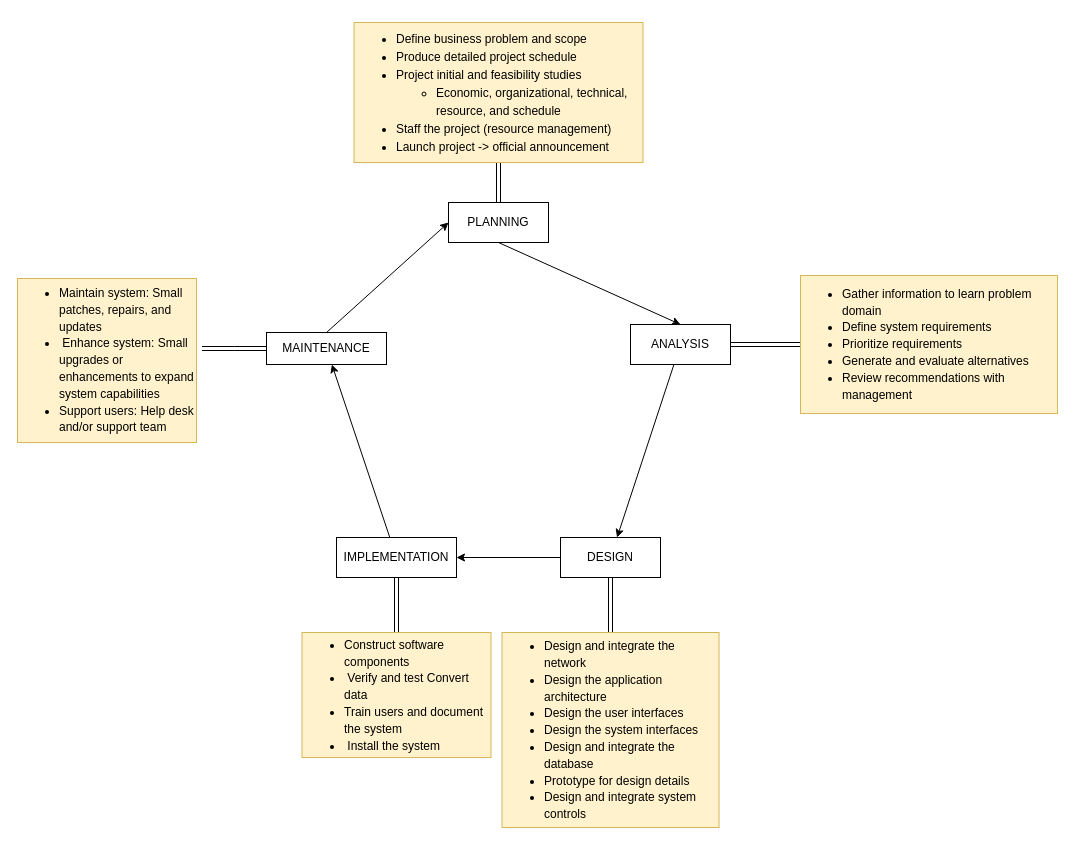
541xxx/APU-Assignment keeps this draw.io diagram as SYDM/Untitled Diagram.drawio. Above is the earlier version. Source tidied: cells renumbered, new cells numbered last; positions are measured from the earlier drawing's top-left corner, leaving out a move shared by most shapes. Both pictures are drawn from the tidied source at 100%, with x=0, y=0 at pixel (17, 22).
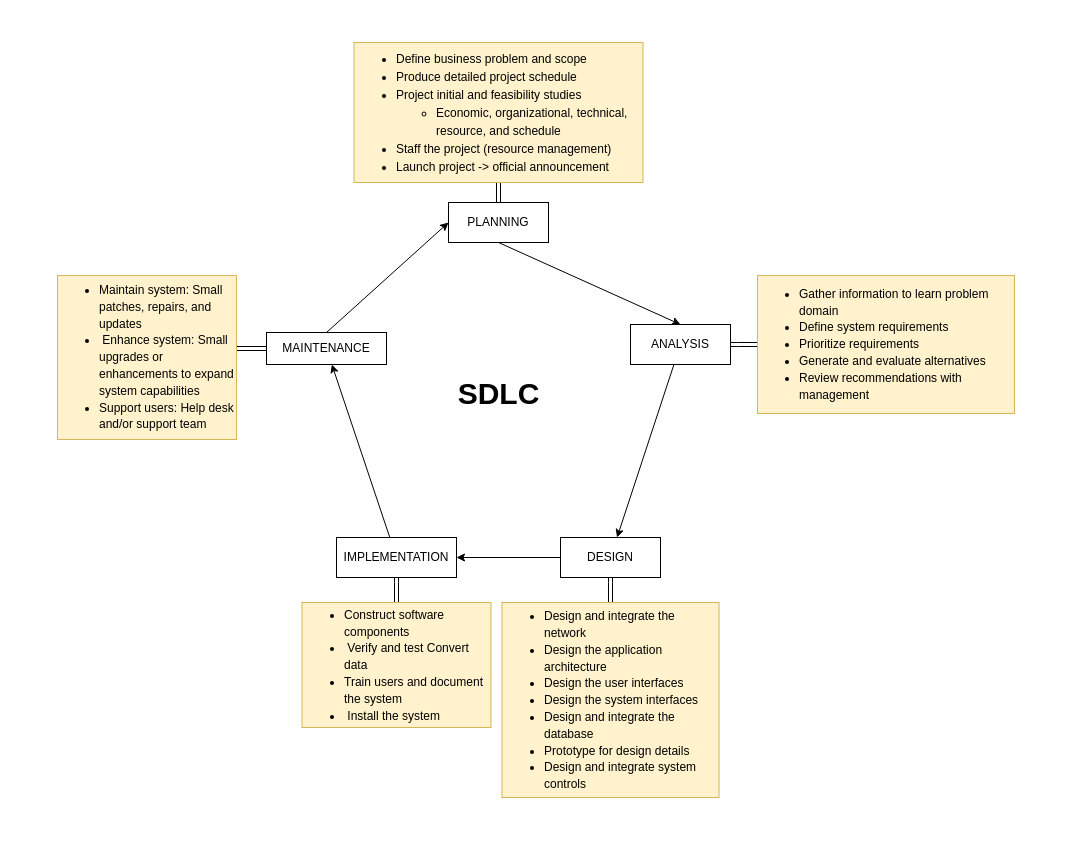
After the change.

What changed in the source:
```diff
@@
     <mxCell id="17" value="&lt;ul style=&quot;line-height: 140%;&quot;&gt;&lt;li&gt;Maintain system: Small patches, repairs, and updates&lt;br&gt;&lt;/li&gt;&lt;li&gt;&amp;nbsp;Enhance system: Small upgrades or enhancements to expand system capabilities&lt;br&gt;&lt;/li&gt;&lt;li&gt;Support users: Help desk and/or support team&lt;br&gt;&lt;/li&gt;&lt;/ul&gt;" style="whiteSpace=wrap;html=1;align=left;fillColor=#fff2cc;strokeColor=#d6b656;" parent="1" vertex="1">
-      <mxGeometry y="256" width="179" height="164" as="geometry" />
+      <mxGeometry x="40" y="253" width="179" height="164" as="geometry" />
     </mxCell>
     <mxCell id="18" value="&lt;ul style=&quot;line-height: 140%;&quot;&gt;&lt;li&gt;Construct software components&lt;/li&gt;&lt;li&gt;&amp;nbsp;Verify and test Convert data&lt;/li&gt;&lt;li&gt;Train users and document the system&lt;/li&gt;&lt;li&gt;&amp;nbsp;Install the system&lt;/li&gt;&lt;/ul&gt;" style="whiteSpace=wrap;html=1;align=left;fillColor=#fff2cc;strokeColor=#d6b656;" parent="1" vertex="1">
-      <mxGeometry x="284.5" y="610" width="189" height="125" as="geometry" />
+      <mxGeometry x="284.5" y="580" width="189" height="125" as="geometry" />
     </mxCell>
     <mxCell id="19" value="&lt;ul style=&quot;line-height: 140%;&quot;&gt;&lt;li&gt;Design and integrate the network&lt;/li&gt;&lt;li&gt;Design the application architecture&lt;/li&gt;&lt;li&gt;Design the user interfaces&lt;/li&gt;&lt;li&gt;Design the system interfaces&lt;/li&gt;&lt;li&gt;Design and integrate the database&lt;/li&gt;&lt;li&gt;Prototype for design details&lt;/li&gt;&lt;li&gt;Design and integrate system controls&lt;/li&gt;&lt;/ul&gt;" style="whiteSpace=wrap;html=1;align=left;fillColor=#fff2cc;strokeColor=#d6b656;" parent="1" vertex="1">
-      <mxGeometry x="484.5" y="610" width="217" height="195" as="geometry" />
+      <mxGeometry x="484.5" y="580" width="217" height="195" as="geometry" />
     </mxCell>
     <mxCell id="20" value="&lt;ul style=&quot;line-height: 140%;&quot;&gt;&lt;li&gt;Gather information to learn problem domain&lt;/li&gt;&lt;li&gt;Define system requirements&lt;/li&gt;&lt;li&gt;Prioritize requirements&lt;/li&gt;&lt;li&gt;Generate and evaluate alternatives&lt;/li&gt;&lt;li&gt;Review recommendations with management&lt;/li&gt;&lt;/ul&gt;" style="whiteSpace=wrap;html=1;align=left;fillColor=#fff2cc;strokeColor=#d6b656;" parent="1" vertex="1">
-      <mxGeometry x="783" y="253" width="257" height="138" as="geometry" />
+      <mxGeometry x="740" y="253" width="257" height="138" as="geometry" />
     </mxCell>
     <mxCell id="21" value="&lt;ul style=&quot;line-height: 150%;&quot;&gt;&lt;li&gt;Define business problem and scope&lt;br&gt;&lt;/li&gt;&lt;li&gt;Produce detailed project schedule&lt;br&gt;&lt;/li&gt;&lt;li&gt;Project initial and feasibility studies&lt;br&gt;&lt;/li&gt;&lt;ul&gt;&lt;li&gt;Economic, organizational, technical, resource, and schedule&lt;br&gt;&lt;/li&gt;&lt;/ul&gt;&lt;li&gt;Staff the project (resource management)&lt;br&gt;&lt;/li&gt;&lt;li&gt;Launch project -&amp;gt; official announcement&lt;/li&gt;&lt;/ul&gt;" style="whiteSpace=wrap;html=1;align=left;fillColor=#fff2cc;strokeColor=#d6b656;" parent="1" vertex="1">
-      <mxGeometry x="336.5" width="289" height="140" as="geometry" />
+      <mxGeometry x="336.5" y="20" width="289" height="140" as="geometry" />
     </mxCell>
+    <mxCell id="22" value="&lt;font style=&quot;font-size: 30px;&quot; color=&quot;#000000&quot;&gt;SDLC&lt;/font&gt;" style="text;html=1;align=center;verticalAlign=middle;strokeColor=none;fillColor=none;fontColor=#97D077;fontStyle=1;" parent="1" vertex="1">
+      <mxGeometry x="426" y="346" width="110" height="50" as="geometry" />
+    </mxCell>
```
